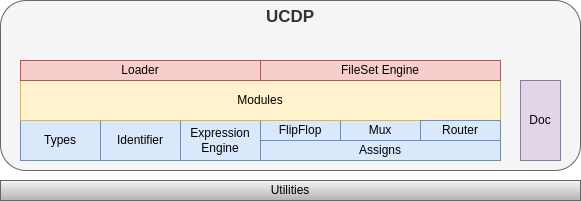
nbiotcloud/ucdp keeps this draw.io diagram as docs/arch.drawio.png. Above is the earlier version. Source tidied: cells renumbered, new cells last; positions are measured from the earlier drawing's top-left corner, leaving out a move shared by most shapes. Its diagram source:
```xml
<mxGraphModel>
  <root>
    <mxCell id="0" />
    <mxCell id="1" parent="0" />
    <mxCell id="2" value="UCDP" style="rounded=1;whiteSpace=wrap;html=1;fillColor=#f5f5f5;strokeColor=#666666;fontColor=#333333;verticalAlign=top;fontSize=17;fontStyle=1;" parent="1" vertex="1">
      <mxGeometry width="580" height="170" as="geometry" />
    </mxCell>
    <mxCell id="3" style="edgeStyle=orthogonalEdgeStyle;rounded=0;jettySize=auto;html=1;exitX=0.5;exitY=0;exitDx=0;exitDy=0;" parent="1" edge="1" source="4" target="9">
      <mxGeometry relative="1" as="geometry" />
    </mxCell>
    <mxCell id="4" value="Expression Engine" style="rounded=0;whiteSpace=wrap;html=1;fillColor=#dae8fc;strokeColor=#6c8ebf;" parent="1" vertex="1">
      <mxGeometry x="180" y="120" width="80" height="40" as="geometry" />
    </mxCell>
    <mxCell id="5" value="Types" style="rounded=0;whiteSpace=wrap;html=1;fillColor=#dae8fc;strokeColor=#6c8ebf;" parent="1" vertex="1">
      <mxGeometry x="20" y="120" width="80" height="40" as="geometry" />
    </mxCell>
    <mxCell id="6" value="Identifier" style="rounded=0;whiteSpace=wrap;html=1;fillColor=#dae8fc;strokeColor=#6c8ebf;" parent="1" vertex="1">
      <mxGeometry x="100" y="120" width="80" height="40" as="geometry" />
    </mxCell>
    <mxCell id="7" value="FlipFlop" style="rounded=0;whiteSpace=wrap;html=1;fillColor=#dae8fc;strokeColor=#6c8ebf;" parent="1" vertex="1">
      <mxGeometry x="260" y="120" width="80" height="20" as="geometry" />
    </mxCell>
    <mxCell id="8" value="Mux" style="rounded=0;whiteSpace=wrap;html=1;fillColor=#dae8fc;strokeColor=#6c8ebf;" parent="1" vertex="1">
      <mxGeometry x="340" y="120" width="80" height="20" as="geometry" />
    </mxCell>
    <mxCell id="9" value="Modules" style="rounded=0;whiteSpace=wrap;html=1;fillColor=#fff2cc;strokeColor=#d6b656;" parent="1" vertex="1">
      <mxGeometry x="20" y="80" width="480" height="40" as="geometry" />
    </mxCell>
    <mxCell id="10" value="Assigns" style="rounded=0;whiteSpace=wrap;html=1;fillColor=#dae8fc;strokeColor=#6c8ebf;" parent="1" vertex="1">
      <mxGeometry x="260" y="140" width="240" height="20" as="geometry" />
    </mxCell>
    <mxCell id="11" value="Loader" style="rounded=0;whiteSpace=wrap;html=1;fillColor=#f8cecc;strokeColor=#b85450;" parent="1" vertex="1">
      <mxGeometry x="20" y="60" width="240" height="20" as="geometry" />
    </mxCell>
    <mxCell id="12" value="Doc" style="rounded=0;whiteSpace=wrap;html=1;fillColor=#e1d5e7;strokeColor=#9673a6;" parent="1" vertex="1">
      <mxGeometry x="520" y="80" width="40" height="80" as="geometry" />
    </mxCell>
    <mxCell id="13" value="FileSet Engine" style="rounded=0;whiteSpace=wrap;html=1;fillColor=#f8cecc;strokeColor=#b85450;" parent="1" vertex="1">
      <mxGeometry x="260" y="60" width="240" height="20" as="geometry" />
    </mxCell>
    <mxCell id="14" value="Router" style="rounded=0;whiteSpace=wrap;html=1;fillColor=#dae8fc;strokeColor=#6c8ebf;" parent="1" vertex="1">
      <mxGeometry x="420" y="120" width="80" height="20" as="geometry" />
    </mxCell>
    <mxCell id="15" value="Utilities" style="rounded=0;whiteSpace=wrap;html=1;fillColor=#f5f5f5;gradientColor=#b3b3b3;strokeColor=#666666;" parent="1" vertex="1">
      <mxGeometry y="180" width="580" height="20" as="geometry" />
    </mxCell>
  </root>
</mxGraphModel>
```
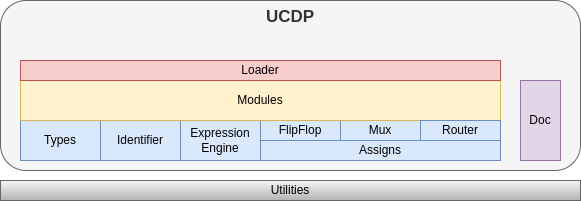
After the commit.

What changed in the source:
```diff
@@ -30,14 +30,11 @@
       <mxGeometry x="260" y="140" width="240" height="20" as="geometry" />
     </mxCell>
     <mxCell id="11" value="Loader" style="rounded=0;whiteSpace=wrap;html=1;fillColor=#f8cecc;strokeColor=#b85450;" parent="1" vertex="1">
-      <mxGeometry x="20" y="60" width="240" height="20" as="geometry" />
+      <mxGeometry x="20" y="60" width="480" height="20" as="geometry" />
     </mxCell>
     <mxCell id="12" value="Doc" style="rounded=0;whiteSpace=wrap;html=1;fillColor=#e1d5e7;strokeColor=#9673a6;" parent="1" vertex="1">
       <mxGeometry x="520" y="80" width="40" height="80" as="geometry" />
     </mxCell>
-    <mxCell id="13" value="FileSet Engine" style="rounded=0;whiteSpace=wrap;html=1;fillColor=#f8cecc;strokeColor=#b85450;" parent="1" vertex="1">
-      <mxGeometry x="260" y="60" width="240" height="20" as="geometry" />
-    </mxCell>
     <mxCell id="14" value="Router" style="rounded=0;whiteSpace=wrap;html=1;fillColor=#dae8fc;strokeColor=#6c8ebf;" parent="1" vertex="1">
       <mxGeometry x="420" y="120" width="80" height="20" as="geometry" />
     </mxCell>
```
